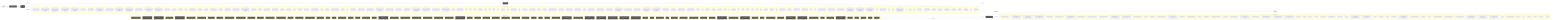
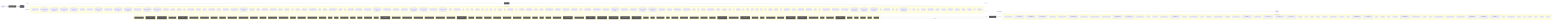
flowchart LR
  UserQ(["👤 User Query"])
  Embed["📐 Embedding Model"]
  VecDB[("📚 Vector Store")]
  Retriever["🔍 Retriever"]
  LLMNode["🧠 LLM / Generator"]
  Output(["✅ Response"])
  UserQ -->|query| Embed
  Embed -->|vector| VecDB
  VecDB -->|top-k chunks| Retriever
  Retriever -->|context + query| LLMNode
  LLMNode -->|generated answer| Output
  subgraph DetectedMemory["Detected memory stores"]
    det_detectedmemory_check_gitbook_readiness_33bdca76[("check-gitbook-readiness")]
    det_detectedmemory_check_steering_feedback_contract_80134459[("check-steering-feedback-contract")]
    det_detectedmemory_prompt_context_drift_validate_runner_c8ecc6f5[("prompt-context-drift-validate-runner")]
    det_detectedmemory_prompt_context_drift_write_runner_69e6a4fd[("prompt-context-drift-write-runner")]
    det_detectedmemory_normalize_workflow_contracts_8701f1c8[("normalize-workflow-contracts")]
    det_detectedmemory_run_harness_evals_77704768[("run-harness-evals")]
    det_detectedmemory_sync_codex_preflight_7e7a8dc2[("sync-codex-preflight")]
    det_detectedmemory_test_harness_upgrade_matrix_84113c4e[("test-harness-upgrade-matrix")]
    det_detectedmemory_validate_prompt_context_drift_8c949ef6[("validate-prompt-context-drift")]
    det_detectedmemory_validate_runtime_packet_schemas_bc3ba8ec[("validate-runtime-packet-schemas")]
    det_detectedmemory_validate_system_prompt_gap_adoption_62d8c955[("validate-system-prompt-gap-adoption")]
    det_detectedmemory_validate_workflow_contracts_33dc063c[("validate-workflow-contracts")]
    det_detectedmemory_write_agent_native_ratchet_report_67cdbeea[("write-agent-native-ratchet-report")]
    det_detectedmemory_write_prompt_context_drift_report_71a4e149[("write-prompt-context-drift-report")]
    det_detectedmemory_branch_protect_core_a8feb0fd[("branch-protect-core")]
    det_detectedmemory_ci_migrate_core_7005b5af[("ci-migrate-core")]
    det_detectedmemory_context_health_80bb7da9[("context-health")]
    det_detectedmemory_context_ea7792a2[("context")]
    det_detectedmemory_docs_gate_classification_2f51c90b[("docs-gate-classification")]
    det_detectedmemory_docs_gate_types_d285abb6[("docs-gate-types")]
    det_detectedmemory_index_context_de3ed39d[("index-context")]
    det_detectedmemory_local_memory_preflight_dcc36c42[("local-memory-preflight")]
    det_detectedmemory_memory_gate_a577a506[("memory-gate")]
    det_detectedmemory_next_orientation_meta_3a6af72b[("next-orientation-meta")]
    det_detectedmemory_next_prompt_context_drift_3c5a93d5[("next-prompt-context-drift")]
    det_detectedmemory_next_recommendation_decisions_03315dd4[("next-recommendation-decisions")]
    det_detectedmemory_next_runner_state_be6fe997[("next-runner-state")]
    det_detectedmemory_next_runner_41643472[("next-runner")]
    det_detectedmemory_next_synaipse_context_8436b36b[("next-synaipse-context")]
    det_detectedmemory_pattern_scope_siblings_43abe000[("pattern-scope-siblings")]
    det_detectedmemory_review_context_ca6cf81d[("review-context")]
    det_detectedmemory_review_gate_core_4c8001f9[("review-gate-core")]
    det_detectedmemory_search_24193290[("search")]
    det_detectedmemory_session_context_e5ec72c0[("session-context")]
    det_detectedmemory_tooling_audit_core_328d6a41[("tooling-audit-core")]
    det_detectedmemory_run_local_memory_preflight_36e92808[("run-local-memory-preflight")]
    det_detectedmemory_checker_d2d2328e[("checker")]
    det_detectedmemory_context_health_1_ceb11829[("context-health")]
    det_detectedmemory_prompt_context_drift_surface_c1e30b42[("prompt-context-drift-surface")]
    det_detectedmemory_test_fixtures_c2f936b0[("test-fixtures")]
    det_detectedmemory_types_2_d9bc6e7a[("types")]
    det_detectedmemory_branch_protect_sync_570adb18[("branch-protect-sync")]
    det_detectedmemory_builtin_command_specs_ac7d392e[("builtin-command-specs")]
    det_detectedmemory_command_capability_rules_ca3f496a[("command-capability-rules")]
    det_detectedmemory_command_expected_artifacts_6469c2fb[("command-expected-artifacts")]
    det_detectedmemory_command_invocation_effects_fbc96da5[("command-invocation-effects")]
    det_detectedmemory_command_specs_core_1c0ffc99[("command-specs-core")]
    det_detectedmemory_command_visibility_rules_83c6a86a[("command-visibility-rules")]
    det_detectedmemory_local_memory_preflight_command_spec_9e23f3ce[("local-memory-preflight-command-spec")]
    det_detectedmemory_memory_gate_command_spec_dc9001a9[("memory-gate-command-spec")]
    det_detectedmemory_review_gate_command_spec_3187376a[("review-gate-command-spec")]
    det_detectedmemory_session_context_command_spec_973afbb1[("session-context-command-spec")]
    det_detectedmemory_constants_7517017f[("constants")]
    det_detectedmemory_context_compact_policy_3dcaf95d[("context-compact-policy")]
    det_detectedmemory_index_3_7e40d474[("index")]
    det_detectedmemory_indexer_70fa78e5[("indexer")]
    det_detectedmemory_init_error_5c7dd49f[("init-error")]
    det_detectedmemory_lexical_fallback_723e2b3e[("lexical-fallback")]
    det_detectedmemory_ollama_76e3c7bf[("ollama")]
    det_detectedmemory_rollout_a4fa034c[("rollout")]
    det_detectedmemory_sources_878a52fc[("sources")]
    det_detectedmemory_store_824d80d7[("store")]
    det_detectedmemory_sync_contract_c79fa191[("sync-contract")]
    det_detectedmemory_types_8_f6283648[("types")]
    det_detectedmemory_harness_run_context_ac7c77a9[("harness-run-context")]
    det_detectedmemory_index_4_013aa0e3[("index")]
    det_detectedmemory_json_schema_core_96d7e328[("json-schema-core")]
    det_detectedmemory_policy_validators_core_714a3fe7[("policy-validators-core")]
    det_detectedmemory_types_core_e405ddca[("types-core")]
    det_detectedmemory_validator_core_4358f8ba[("validator-core")]
    det_detectedmemory_archive_candidates_scanner_d0931789[("archive-candidates-scanner")]
    det_detectedmemory_archive_candidates_dc0e40e1[("archive-candidates")]
    det_detectedmemory_docs_task_eval_contract_79347457[("docs-task-eval-contract")]
    det_detectedmemory_docs_task_eval_fixtures_44902755[("docs-task-eval-fixtures")]
    det_detectedmemory_init_modes_c05ceb07[("init-modes")]
    det_detectedmemory_project_brain_templates_7ef51530[("project-brain-templates")]
    det_detectedmemory_scaffold_diagram_templates_dd88e83c[("scaffold-diagram-templates")]
    det_detectedmemory_scaffold_doc_templates_f6152330[("scaffold-doc-templates")]
    det_detectedmemory_scaffold_environment_templates_c1ceba6a[("scaffold-environment-templates")]
    det_detectedmemory_scaffold_gitbook_templates_76afd03a[("scaffold-gitbook-templates")]
    det_detectedmemory_scaffold_hook_templates_8c74ab50[("scaffold-hook-templates")]
    det_detectedmemory_scaffold_root_command_templates_404fed7f[("scaffold-root-command-templates")]
    det_detectedmemory_scaffold_script_template_registry_69312d4e[("scaffold-script-template-registry")]
    det_detectedmemory_scaffold_shell_templates_0ad0f915[("scaffold-shell-templates")]
    det_detectedmemory_scaffold_surfaces_12d6494e[("scaffold-surfaces")]
    det_detectedmemory_scaffold_template_registry_b1cce2aa[("scaffold-template-registry")]
    det_detectedmemory_scaffold_workflow_template_92310587[("scaffold-workflow-template")]
    det_detectedmemory_eval_seed_5699fd3e[("eval-seed")]
    det_detectedmemory_index_10_f6785a46[("index")]
    det_detectedmemory_review_context_1_e3afed15[("review-context")]
+     det_detectedmemory_review_learning_closeout_b7fa3b8e[("review-learning-closeout")]
    det_detectedmemory_memory_gate_1_265164ac[("memory-gate")]
    det_detectedmemory_branch_enforcer_acb749cd[("branch-enforcer")]
    det_detectedmemory_cli_args_5_09ea29f0[("cli-args")]
    det_detectedmemory_cli_7_dc4a9f7f[("cli")]
    det_detectedmemory_metrics_tracker_98cec29c[("metrics-tracker")]
    det_detectedmemory_types_20_071a0112[("types")]
    det_detectedmemory_validator_5_b19ac2be[("validator")]
    det_detectedmemory_classifier_fe1991a9[("classifier")]
    det_detectedmemory_collector_0736fd5b[("collector")]
    det_detectedmemory_context_1_2c2d8aa6[("context")]
    det_detectedmemory_types_22_f3cf4a73[("types")]
    det_detectedmemory_tooling_paths_560ac80d[("tooling-paths")]
    det_detectedmemory_claim_helpers_20dc8387[("claim-helpers")]
    det_detectedmemory_types_26_a5814179[("types")]
    det_detectedmemory_local_memory_smoke_1175abfc[("local-memory-smoke")]
    det_detectedmemory_local_memory_0db17ecc[("local-memory")]
    det_detectedmemory_performance_overload_c685bfcf[("performance-overload")]
    det_detectedmemory_suggestion_generator_0956f794[("suggestion-generator")]
    det_detectedmemory_git_head_7346fd6a[("git-head")]
    det_detectedmemory_index_12_762ec91b[("index")]
    det_detectedmemory_prompt_context_drift_builder_a451c7dd[("prompt-context-drift-builder")]
    det_detectedmemory_prompt_context_drift_report_3257a95c[("prompt-context-drift-report")]
    det_detectedmemory_prompt_context_drift_types_ba6863d4[("prompt-context-drift-types")]
    det_detectedmemory_prompt_context_drift_validation_evidence_21f0336f[("prompt-context-drift-validation-evidence")]
    det_detectedmemory_prompt_context_drift_validation_utils_2285f4ac[("prompt-context-drift-validation-utils")]
    det_detectedmemory_prompt_context_drift_validation_8fc01719[("prompt-context-drift-validation")]
    det_detectedmemory_index_13_97df39c8[("index")]
    det_detectedmemory_prompt_context_receipt_17b862b2[("prompt-context-receipt")]
    det_detectedmemory_types_33_16e22a82[("types")]
    det_detectedmemory_policy_1_fc4198db[("policy")]
    det_detectedmemory_runtime_card_codex_runtime_validation_d8ce9934[("runtime-card-codex-runtime-validation")]
    det_detectedmemory_cli_13_ae2ba749[("cli")]
    det_detectedmemory_collector_1_bc604d2a[("collector")]
    det_detectedmemory_types_36_674380ec[("types")]
    det_detectedmemory_context_contract_aaa6fb53[("context-contract")]
    det_detectedmemory_context_observations_3c057ab7[("context-observations")]
    det_detectedmemory_context_plane_eb195522[("context-plane")]
    det_detectedmemory_context_privacy_d82295ee[("context-privacy")]
    det_detectedmemory_context_projection_e9599558[("context-projection")]
    det_detectedmemory_context_provider_51137c0d[("context-provider")]
    det_detectedmemory_context_task_1d1d0361[("context-task")]
    det_detectedmemory_state_validation_8c9cb007[("state-validation")]
    det_detectedmemory_state_4ba69735[("state")]
    det_detectedmemory_overload_guard_2748c559[("overload-guard")]
  end
  VecDB -. "implemented by" .-> DetectedMemory
  subgraph DetectedLLM["Detected LLM clients"]
    det_detectedllm_check_codex_agent_roles_5bb2e89b["check-codex-agent-roles"]
    det_detectedllm_check_steering_feedback_contract_80134459["check-steering-feedback-contract"]
    det_detectedllm_prompt_context_drift_validate_runner_c8ecc6f5["prompt-context-drift-validate-runner"]
    det_detectedllm_prompt_context_drift_write_runner_69e6a4fd["prompt-context-drift-write-runner"]
    det_detectedllm_run_harness_evals_77704768["run-harness-evals"]
    det_detectedllm_validate_decision_request_2e5c325e["validate-decision-request"]
    det_detectedllm_validate_goal_completion_audit_receipt_100d252c["validate-goal-completion-audit-receipt"]
    det_detectedllm_validate_packaged_skill_5e32c890["validate-packaged-skill"]
    det_detectedllm_validate_prompt_context_drift_8c949ef6["validate-prompt-context-drift"]
    det_detectedllm_validate_reviewer_coverage_251efee3["validate-reviewer-coverage"]
    det_detectedllm_validate_system_prompt_gap_adoption_62d8c955["validate-system-prompt-gap-adoption"]
    det_detectedllm_write_prompt_context_drift_report_71a4e149["write-prompt-context-drift-report"]
    det_detectedllm_check_environment_core_2c16213f["check-environment-core"]
    det_detectedllm_context_ea7792a2["context"]
    det_detectedllm_index_context_de3ed39d["index-context"]
    det_detectedllm_next_prompt_context_drift_3c5a93d5["next-prompt-context-drift"]
    det_detectedllm_next_recommendation_decisions_03315dd4["next-recommendation-decisions"]
    det_detectedllm_prompt_gate_c5e9d207["prompt-gate"]
    det_detectedllm_remediate_runner_helpers_929fedcc["remediate-runner-helpers"]
    det_detectedllm_search_24193290["search"]
    det_detectedllm_context_health_1_ceb11829["context-health"]
    det_detectedllm_prompt_context_drift_surface_c1e30b42["prompt-context-drift-surface"]
    det_detectedllm_test_fixtures_c2f936b0["test-fixtures"]
    det_detectedllm_builtin_command_specs_ac7d392e["builtin-command-specs"]
    det_detectedllm_command_expected_artifacts_6469c2fb["command-expected-artifacts"]
    det_detectedllm_command_specs_core_1c0ffc99["command-specs-core"]
    det_detectedllm_pilot_evaluate_command_spec_1084ea72["pilot-evaluate-command-spec"]
    det_detectedllm_pilot_rollback_command_spec_4fe69f7d["pilot-rollback-command-spec"]
    det_detectedllm_prompt_gate_command_spec_9a941482["prompt-gate-command-spec"]
    det_detectedllm_constants_7517017f["constants"]
    det_detectedllm_index_3_7e40d474["index"]
    det_detectedllm_indexer_70fa78e5["indexer"]
    det_detectedllm_ollama_76e3c7bf["ollama"]
    det_detectedllm_sync_contract_c79fa191["sync-contract"]
    det_detectedllm_north_star_validators_cfc926ce["north-star-validators"]
    det_detectedllm_hilt_boundary_9b36fb15["hilt-boundary"]
    det_detectedllm_types_10_75e5a4a0["types"]
    det_detectedllm_goal_completion_audit_receipt_validation_9d0f4891["goal-completion-audit-receipt-validation"]
    det_detectedllm_goal_completion_audit_receipt_5e4939c3["goal-completion-audit-receipt"]
    det_detectedllm_index_5_522f772a["index"]
    det_detectedllm_constants_1_a84e15f0["constants"]
    det_detectedllm_types_18_37582e2a["types"]
    det_detectedllm_sensitive_text_7c11f760["sensitive-text"]
    det_detectedllm_pr_template_linked_issue_relationship_a7b61f2c["pr-template-linked-issue-relationship"]
    det_detectedllm_pr_template_validator_rules_20a32d6b["pr-template-validator-rules"]
    det_detectedllm_git_head_7346fd6a["git-head"]
    det_detectedllm_index_12_762ec91b["index"]
    det_detectedllm_prompt_context_drift_builder_a451c7dd["prompt-context-drift-builder"]
    det_detectedllm_prompt_context_drift_report_3257a95c["prompt-context-drift-report"]
    det_detectedllm_prompt_context_drift_types_ba6863d4["prompt-context-drift-types"]
    det_detectedllm_prompt_context_drift_validation_evidence_21f0336f["prompt-context-drift-validation-evidence"]
    det_detectedllm_prompt_context_drift_validation_utils_2285f4ac["prompt-context-drift-validation-utils"]
    det_detectedllm_prompt_context_drift_validation_8fc01719["prompt-context-drift-validation"]
    det_detectedllm_index_13_97df39c8["index"]
    det_detectedllm_prompt_context_receipt_17b862b2["prompt-context-receipt"]
    det_detectedllm_cli_args_9_9c136878["cli-args"]
    det_detectedllm_cli_12_01c06c37["cli"]
    det_detectedllm_sections_4697ef32["sections"]
    det_detectedllm_types_29_929d5a70["types"]
    det_detectedllm_validator_7_f836eb0e["validator"]
    det_detectedllm_cli_args_10_861cdd3f["cli-args"]
  end
  LLMNode -. "implemented by" .-> DetectedLLM
  subgraph DetectedTools["Agentic tool calls"]
    det_detectedtools_check_codex_agent_roles_5bb2e89b["🔧 check-codex-agent-roles"]
    det_detectedtools_check_steering_feedback_contract_80134459["🔧 check-steering-feedback-contract"]
    det_detectedtools_check_tooling_baseline_parity_3124b30a["🔧 check-tooling-baseline-parity"]
    det_detectedtools_run_harness_evals_77704768["🔧 run-harness-evals"]
    det_detectedtools_validate_action_review_receipt_fa2f06c3["🔧 validate-action-review-receipt"]
    det_detectedtools_validate_packaged_skill_5e32c890["🔧 validate-packaged-skill"]
    det_detectedtools_validate_replay_packet_f309747e["🔧 validate-replay-packet"]
    det_detectedtools_ci_migrate_core_7005b5af["🔧 ci-migrate-core"]
    det_detectedtools_doctor_checks_5a2eb2b9["🔧 doctor-checks"]
    det_detectedtools_doctor_github_tool_check_e0a938df["🔧 doctor-github-tool-check"]
    det_detectedtools_doctor_github_tool_checks_a53b0382["🔧 doctor-github-tool-checks"]
    det_detectedtools_doctor_tool_checks_4acac51a["🔧 doctor-tool-checks"]
    det_detectedtools_fleet_plan_repo_ecdc6499["🔧 fleet-plan-repo"]
    det_detectedtools_next_blocked_decisions_4140ad2b["🔧 next-blocked-decisions"]
    det_detectedtools_next_pr_closeout_contract_af31d30a["🔧 next-pr-closeout-contract"]
    det_detectedtools_policy_gate_213f7313["🔧 policy-gate"]
    det_detectedtools_remediate_cli_output_cc165396["🔧 remediate-cli-output"]
    det_detectedtools_remediate_runner_helpers_929fedcc["🔧 remediate-runner-helpers"]
    det_detectedtools_review_gate_core_4c8001f9["🔧 review-gate-core"]
    det_detectedtools_index_1bc04b52["🔧 index"]
    det_detectedtools_types_1_4ecdf56e["🔧 types"]
    det_detectedtools_validation_constants_e002a0f6["🔧 validation-constants"]
    det_detectedtools_validation_98c41dcd["🔧 validation"]
    det_detectedtools_checker_d2d2328e["🔧 checker"]
    det_detectedtools_shared_state_policy_edc9c4db["🔧 shared-state-policy"]
    det_detectedtools_cli_args_1_6144b055["🔧 cli-args"]
    det_detectedtools_command_agent_native_capability_rules_b491ef6c["🔧 command-agent-native-capability-rules"]
    det_detectedtools_command_capabilities_a4d5c71e["🔧 command-capabilities"]
    det_detectedtools_command_capability_rules_ca3f496a["🔧 command-capability-rules"]
    det_detectedtools_command_visibility_rules_83c6a86a["🔧 command-visibility-rules"]
    det_detectedtools_linear_command_actions_e430f4f4["🔧 linear-command-actions"]
    det_detectedtools_linear_command_runner_4a740dfc["🔧 linear-command-runner"]
    det_detectedtools_policy_validators_core_714a3fe7["🔧 policy-validators-core"]
    det_detectedtools_shared_state_action_validator_e7b128cd["🔧 shared-state-action-validator"]
    det_detectedtools_types_core_e405ddca["🔧 types-core"]
    det_detectedtools_validator_core_4358f8ba["🔧 validator-core"]
    det_detectedtools_validator_helpers_7b927667["🔧 validator-helpers"]
    det_detectedtools_he_phase_exit_core_1148895b["🔧 he-phase-exit-core"]
    det_detectedtools_environment_runtime_3206f0a8["🔧 environment-runtime"]
    det_detectedtools_observed_skill_usage_ed7d5930["🔧 observed-skill-usage"]
    det_detectedtools_closure_evidence_aaa31467["🔧 closure-evidence"]
    det_detectedtools_pr_creator_dc6b1ea4["🔧 pr-creator"]
    det_detectedtools_client_948fe603["🔧 client"]
    det_detectedtools_init_output_360dce91["🔧 init-output"]
    det_detectedtools_scaffold_ci_templates_2afd6392["🔧 scaffold-ci-templates"]
    det_detectedtools_scaffold_codex_environment_templates_334fbbed["🔧 scaffold-codex-environment-templates"]
    det_detectedtools_scaffold_config_templates_4b80ce53["🔧 scaffold-config-templates"]
    det_detectedtools_scaffold_environment_templates_c1ceba6a["🔧 scaffold-environment-templates"]
    det_detectedtools_scaffold_github_actions_pr_pipeline_renderer_1ee18de5["🔧 scaffold-github-actions-pr-pipeline-renderer"]
    det_detectedtools_scaffold_github_actions_pr_pipeline_template_e2b85f62["🔧 scaffold-github-actions-pr-pipeline-template"]
    det_detectedtools_scaffold_package_command_template_80e32e83["🔧 scaffold-package-command-template"]
    det_detectedtools_scaffold_release_private_npm_template_075499f8["🔧 scaffold-release-private-npm-template"]
    det_detectedtools_constants_1_a84e15f0["🔧 constants"]
    det_detectedtools_index_9_32dd4d91["🔧 index"]
    det_detectedtools_validation_common_6161e48b["🔧 validation-common"]
    det_detectedtools_cli_7_dc4a9f7f["🔧 cli"]
    det_detectedtools_metrics_tracker_98cec29c["🔧 metrics-tracker"]
    det_detectedtools_normalise_renderer_85f2e563["🔧 normalise-renderer"]
    det_detectedtools_evaluation_engine_core_e054fe49["🔧 evaluation-engine-core"]
    det_detectedtools_tooling_baseline_50ab2eeb["🔧 tooling-baseline"]
    det_detectedtools_tooling_paths_560ac80d["🔧 tooling-paths"]
    det_detectedtools_prompt_context_drift_report_3257a95c["🔧 prompt-context-drift-report"]
    det_detectedtools_prompt_context_drift_types_ba6863d4["🔧 prompt-context-drift-types"]
    det_detectedtools_prompt_context_drift_validation_utils_2285f4ac["🔧 prompt-context-drift-validation-utils"]
    det_detectedtools_replay_packet_a1293f88["🔧 replay-packet"]
    det_detectedtools_index_14_d982116c["🔧 index"]
    det_detectedtools_review_lifecycle_contract_e5447221["🔧 review-lifecycle-contract"]
    det_detectedtools_review_lifecycle_89afa64c["🔧 review-lifecycle"]
    det_detectedtools_runtime_card_codex_runtime_validation_d8ce9934["🔧 runtime-card-codex-runtime-validation"]
    det_detectedtools_runtime_card_codex_runtime_0655e230["🔧 runtime-card-codex-runtime"]
    det_detectedtools_runtime_evidence_bundle_d471a232["🔧 runtime-evidence-bundle"]
    det_detectedtools_types_38_e8efcd57["🔧 types"]
    det_detectedtools_transition_contract_0732d034["🔧 transition-contract"]
    det_detectedtools_transition_recovery_validation_e06db55b["🔧 transition-recovery-validation"]
    det_detectedtools_transition_70dd37c1["🔧 transition"]
    det_detectedtools_index_17_642943a2["🔧 index"]
    det_detectedtools_projection_1b250ea1["🔧 projection"]
    det_detectedtools_types_40_c7e41f89["🔧 types"]
    det_detectedtools_validation_8_b9fa10af["🔧 validation"]
  end
  LLMNode -->|tool use| DetectedTools
  DetectedTools -->|result| LLMNode
  classDef memNode fill:#555,color:#fff
  class VecDB,Retriever memNode
  classDef llmNode fill:#555,color:#fff
  class LLMNode,Embed llmNode
  classDef toolNode fill:#555,color:#fff
  class det_detectedtools_check_codex_agent_roles_5bb2e89b,det_detectedtools_check_steering_feedback_contract_80134459,det_detectedtools_check_tooling_baseline_parity_3124b30a,det_detectedtools_run_harness_evals_77704768,det_detectedtools_validate_action_review_receipt_fa2f06c3,det_detectedtools_validate_packaged_skill_5e32c890,det_detectedtools_validate_replay_packet_f309747e,det_detectedtools_ci_migrate_core_7005b5af,det_detectedtools_doctor_checks_5a2eb2b9,det_detectedtools_doctor_github_tool_check_e0a938df,det_detectedtools_doctor_github_tool_checks_a53b0382,det_detectedtools_doctor_tool_checks_4acac51a,det_detectedtools_fleet_plan_repo_ecdc6499,det_detectedtools_next_blocked_decisions_4140ad2b,det_detectedtools_next_pr_closeout_contract_af31d30a,det_detectedtools_policy_gate_213f7313,det_detectedtools_remediate_cli_output_cc165396,det_detectedtools_remediate_runner_helpers_929fedcc,det_detectedtools_review_gate_core_4c8001f9,det_detectedtools_index_1bc04b52,det_detectedtools_types_1_4ecdf56e,det_detectedtools_validation_constants_e002a0f6,det_detectedtools_validation_98c41dcd,det_detectedtools_checker_d2d2328e,det_detectedtools_shared_state_policy_edc9c4db,det_detectedtools_cli_args_1_6144b055,det_detectedtools_command_agent_native_capability_rules_b491ef6c,det_detectedtools_command_capabilities_a4d5c71e,det_detectedtools_command_capability_rules_ca3f496a,det_detectedtools_command_visibility_rules_83c6a86a,det_detectedtools_linear_command_actions_e430f4f4,det_detectedtools_linear_command_runner_4a740dfc,det_detectedtools_policy_validators_core_714a3fe7,det_detectedtools_shared_state_action_validator_e7b128cd,det_detectedtools_types_core_e405ddca,det_detectedtools_validator_core_4358f8ba,det_detectedtools_validator_helpers_7b927667,det_detectedtools_he_phase_exit_core_1148895b,det_detectedtools_environment_runtime_3206f0a8,det_detectedtools_observed_skill_usage_ed7d5930,det_detectedtools_closure_evidence_aaa31467,det_detectedtools_pr_creator_dc6b1ea4,det_detectedtools_client_948fe603,det_detectedtools_init_output_360dce91,det_detectedtools_scaffold_ci_templates_2afd6392,det_detectedtools_scaffold_codex_environment_templates_334fbbed,det_detectedtools_scaffold_config_templates_4b80ce53,det_detectedtools_scaffold_environment_templates_c1ceba6a,det_detectedtools_scaffold_github_actions_pr_pipeline_renderer_1ee18de5,det_detectedtools_scaffold_github_actions_pr_pipeline_template_e2b85f62,det_detectedtools_scaffold_package_command_template_80e32e83,det_detectedtools_scaffold_release_private_npm_template_075499f8,det_detectedtools_constants_1_a84e15f0,det_detectedtools_index_9_32dd4d91,det_detectedtools_validation_common_6161e48b,det_detectedtools_cli_7_dc4a9f7f,det_detectedtools_metrics_tracker_98cec29c,det_detectedtools_normalise_renderer_85f2e563,det_detectedtools_evaluation_engine_core_e054fe49,det_detectedtools_tooling_baseline_50ab2eeb,det_detectedtools_tooling_paths_560ac80d,det_detectedtools_prompt_context_drift_report_3257a95c,det_detectedtools_prompt_context_drift_types_ba6863d4,det_detectedtools_prompt_context_drift_validation_utils_2285f4ac,det_detectedtools_replay_packet_a1293f88,det_detectedtools_index_14_d982116c,det_detectedtools_review_lifecycle_contract_e5447221,det_detectedtools_review_lifecycle_89afa64c,det_detectedtools_runtime_card_codex_runtime_validation_d8ce9934,det_detectedtools_runtime_card_codex_runtime_0655e230,det_detectedtools_runtime_evidence_bundle_d471a232,det_detectedtools_types_38_e8efcd57,det_detectedtools_transition_contract_0732d034,det_detectedtools_transition_recovery_validation_e06db55b,det_detectedtools_transition_70dd37c1,det_detectedtools_index_17_642943a2,det_detectedtools_projection_1b250ea1,det_detectedtools_types_40_c7e41f89,det_detectedtools_validation_8_b9fa10af toolNode
